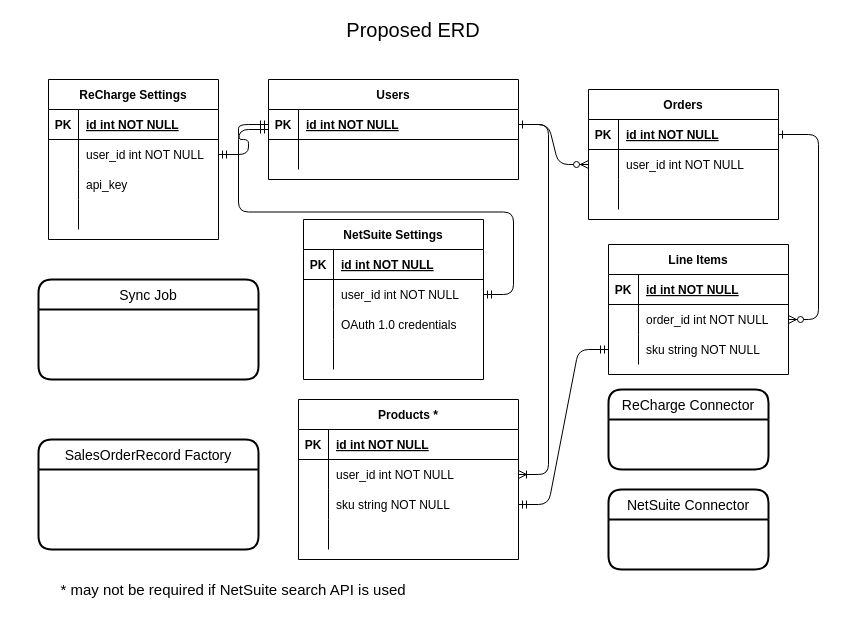
Above: ReChargeERD.drawio in alexrsunrise/diagrams (draw.io), before the change. Source tidied: cells renumbered, new cells numbered last; positions are measured from the earlier drawing's top-left corner, leaving out a move shared by most shapes. Both pictures are drawn from the tidied source at 100%, with x=0, y=0 at pixel (38, 19).
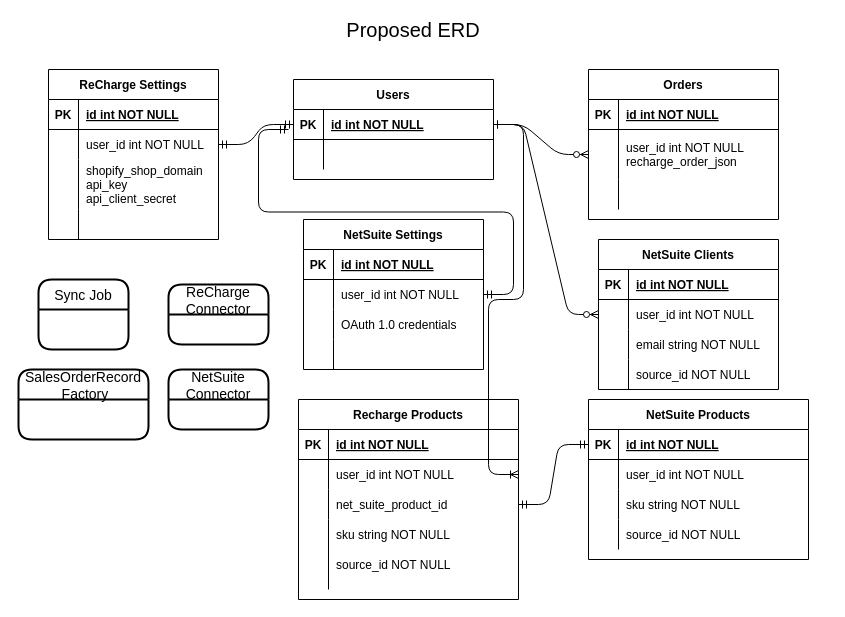
After the change.

The change refers to these unchanged cells:
```xml
<mxCell id="5" style="shape=partialRectangle;fillColor=none;points=[[0,0.5],[1,0.5]];portConstraint=eastwest;top=0;left=0;right=0;bottom=1;" parent="4" vertex="1">
  <mxGeometry y="30" width="190" height="30" as="geometry" />
</mxCell>
<mxCell id="38" style="shape=partialRectangle;fillColor=none;top=0;left=0;bottom=0;right=0;points=[[0,0.5],[1,0.5]];portConstraint=eastwest;" parent="31" vertex="1">
  <mxGeometry y="90" width="220" height="30" as="geometry" />
</mxCell>
<mxCell id="63" style="shape=partialRectangle;fillColor=none;top=0;left=0;bottom=0;right=0;points=[[0,0.5],[1,0.5]];portConstraint=eastwest;" parent="59" vertex="1">
  <mxGeometry y="60" width="180" height="30" as="geometry" />
</mxCell>
```

The edit, as a diff of the source:
```diff
@@
-    <mxCell id="3" style="edgeStyle=entityRelationEdgeStyle;endArrow=ERzeroToMany;startArrow=ERone;endFill=1;startFill=0;" parent="1" edge="1" source="5" target="18">
-      <mxGeometry relative="1" as="geometry" />
-    </mxCell>
     <mxCell id="4" value="Orders" style="shape=table;startSize=30;childLayout=tableLayout;rowLines=0;fontStyle=1;align=center;" parent="1" vertex="1">
-      <mxGeometry x="550" y="70" width="190" height="130" as="geometry" />
+      <mxGeometry x="550" y="50" width="190" height="150" as="geometry" />
     </mxCell>
@@
     <mxCell id="8" style="shape=partialRectangle;fillColor=none;points=[[0,0.5],[1,0.5]];portConstraint=eastwest;top=0;left=0;right=0;bottom=0;" parent="4" vertex="1">
-      <mxGeometry y="60" width="190" height="30" as="geometry" />
+      <mxGeometry y="60" width="190" height="50" as="geometry" />
     </mxCell>
     <mxCell id="9" style="shape=partialRectangle;overflow=hidden;fillColor=none;top=0;left=0;bottom=0;right=0;" parent="8" vertex="1">
-      <mxGeometry width="30" height="30" as="geometry" />
+      <mxGeometry width="30" height="50" as="geometry" />
     </mxCell>
-    <mxCell id="10" value="user_id int NOT NULL" style="shape=partialRectangle;overflow=hidden;fillColor=none;top=0;left=0;bottom=0;right=0;align=left;spacingLeft=6;" parent="8" vertex="1">
-      <mxGeometry x="30" width="160" height="30" as="geometry" />
+    <mxCell id="10" value="user_id int NOT NULL&#10;recharge_order_json" style="shape=partialRectangle;overflow=hidden;fillColor=none;top=0;left=0;bottom=0;right=0;align=left;spacingLeft=6;" parent="8" vertex="1">
+      <mxGeometry x="30" width="160" height="50" as="geometry" />
     </mxCell>
     <mxCell id="11" style="shape=partialRectangle;fillColor=none;top=0;left=0;right=0;bottom=0;" parent="4" vertex="1">
-      <mxGeometry y="90" width="190" height="30" as="geometry" />
+      <mxGeometry y="110" width="190" height="30" as="geometry" />
     </mxCell>
@@
-    <mxCell id="14" value="Line Items" style="shape=table;startSize=30;childLayout=tableLayout;rowLines=0;fontStyle=1;align=center;" parent="1" vertex="1">
-      <mxGeometry x="570" y="225" width="180" height="130" as="geometry" />
-    </mxCell>
-    <mxCell id="15" style="shape=partialRectangle;fillColor=none;top=0;left=0;right=0;bottom=1;" parent="14" vertex="1">
-      <mxGeometry y="30" width="180" height="30" as="geometry" />
-    </mxCell>
-    <mxCell id="16" value="PK" style="shape=partialRectangle;overflow=hidden;fillColor=none;top=0;left=0;bottom=0;right=0;fontStyle=1;" parent="15" vertex="1">
-      <mxGeometry width="30" height="30" as="geometry" />
-    </mxCell>
-    <mxCell id="17" value="id int NOT NULL " style="shape=partialRectangle;overflow=hidden;fillColor=none;top=0;left=0;bottom=0;right=0;align=left;spacingLeft=6;fontStyle=5;" parent="15" vertex="1">
-      <mxGeometry x="30" width="150" height="30" as="geometry" />
-    </mxCell>
-    <mxCell id="18" style="shape=partialRectangle;fillColor=none;points=[[0,0.5],[1,0.5]];portConstraint=eastwest;top=0;left=0;right=0;bottom=0;" parent="14" vertex="1">
-      <mxGeometry y="60" width="180" height="30" as="geometry" />
-    </mxCell>
-    <mxCell id="19" style="shape=partialRectangle;overflow=hidden;fillColor=none;top=0;left=0;bottom=0;right=0;" parent="18" vertex="1">
-      <mxGeometry width="30" height="30" as="geometry" />
-    </mxCell>
-    <mxCell id="20" value="order_id int NOT NULL" style="shape=partialRectangle;overflow=hidden;fillColor=none;top=0;left=0;bottom=0;right=0;align=left;spacingLeft=6;" parent="18" vertex="1">
-      <mxGeometry x="30" width="150" height="30" as="geometry" />
-    </mxCell>
-    <mxCell id="21" style="shape=partialRectangle;fillColor=none;points=[[0,0.5],[1,0.5]];portConstraint=eastwest;top=0;left=0;right=0;bottom=0;" parent="14" vertex="1">
-      <mxGeometry y="90" width="180" height="30" as="geometry" />
-    </mxCell>
-    <mxCell id="22" style="shape=partialRectangle;overflow=hidden;fillColor=none;top=0;left=0;bottom=0;right=0;" parent="21" vertex="1">
-      <mxGeometry width="30" height="30" as="geometry" />
-    </mxCell>
-    <mxCell id="23" value="sku string NOT NULL" style="shape=partialRectangle;overflow=hidden;fillColor=none;top=0;left=0;bottom=0;right=0;align=left;spacingLeft=6;" parent="21" vertex="1">
-      <mxGeometry x="30" width="150" height="30" as="geometry" />
-    </mxCell>
     <mxCell id="24" value="Users" style="shape=table;startSize=30;childLayout=tableLayout;rowLines=0;fontStyle=1;align=center;" parent="1" vertex="1">
-      <mxGeometry x="230" y="60" width="250" height="100" as="geometry" />
+      <mxGeometry x="255" y="60" width="200" height="100" as="geometry" />
     </mxCell>
     <mxCell id="25" style="shape=partialRectangle;fillColor=none;points=[[0,0.5],[1,0.5]];portConstraint=eastwest;top=0;left=0;right=0;bottom=1;" parent="24" vertex="1">
-      <mxGeometry y="30" width="250" height="30" as="geometry" />
+      <mxGeometry y="30" width="200" height="30" as="geometry" />
     </mxCell>
@@
     <mxCell id="27" value="id int NOT NULL " style="shape=partialRectangle;overflow=hidden;fillColor=none;top=0;left=0;bottom=0;right=0;align=left;spacingLeft=6;fontStyle=5;" parent="25" vertex="1">
-      <mxGeometry x="30" width="220" height="30" as="geometry" />
+      <mxGeometry x="30" width="170" height="30" as="geometry" />
     </mxCell>
     <mxCell id="28" style="shape=partialRectangle;fillColor=none;top=0;left=0;right=0;bottom=0;" parent="24" vertex="1">
-      <mxGeometry y="60" width="250" height="30" as="geometry" />
+      <mxGeometry y="60" width="200" height="30" as="geometry" />
     </mxCell>
@@
     <mxCell id="30" style="shape=partialRectangle;overflow=hidden;fillColor=none;top=0;left=0;bottom=0;right=0;align=left;spacingLeft=6;" parent="28" vertex="1">
-      <mxGeometry x="30" width="220" height="30" as="geometry" />
+      <mxGeometry x="30" width="170" height="30" as="geometry" />
     </mxCell>
-    <mxCell id="31" value="Products *" style="shape=table;startSize=30;childLayout=tableLayout;rowLines=0;fontStyle=1;align=center;" parent="1" vertex="1">
-      <mxGeometry x="260" y="380" width="220" height="160" as="geometry" />
+    <mxCell id="31" value="Recharge Products" style="shape=table;startSize=30;childLayout=tableLayout;rowLines=0;fontStyle=1;align=center;" parent="1" vertex="1">
+      <mxGeometry x="260" y="380" width="220" height="200" as="geometry" />
     </mxCell>
@@
-    <mxCell id="40" value="sku string NOT NULL" style="shape=partialRectangle;fillColor=none;top=0;left=0;bottom=0;right=0;align=left;spacingLeft=6;overflow=hidden;" parent="38" vertex="1">
+    <mxCell id="40" value="net_suite_product_id" style="shape=partialRectangle;fillColor=none;top=0;left=0;bottom=0;right=0;align=left;spacingLeft=6;overflow=hidden;" parent="38" vertex="1">
       <mxGeometry x="30" width="190" height="30" as="geometry" />
     </mxCell>
     <mxCell id="41" style="shape=partialRectangle;fillColor=none;top=0;left=0;bottom=0;right=0;" parent="31" vertex="1">
-      <mxGeometry y="120" width="220" height="30" as="geometry" />
+      <mxGeometry y="120" width="220" height="70" as="geometry" />
     </mxCell>
     <mxCell id="42" style="shape=partialRectangle;fillColor=none;top=0;left=0;bottom=0;right=0;overflow=hidden;" parent="41" vertex="1">
-      <mxGeometry width="30" height="30" as="geometry" />
+      <mxGeometry width="30" height="70" as="geometry" />
     </mxCell>
     <mxCell id="43" style="shape=partialRectangle;fillColor=none;top=0;left=0;bottom=0;right=0;align=left;spacingLeft=6;overflow=hidden;" parent="41" vertex="1">
-      <mxGeometry x="30" width="190" height="30" as="geometry" />
+      <mxGeometry x="30" width="190" height="70" as="geometry" />
     </mxCell>
-    <mxCell id="44" style="edgeStyle=entityRelationEdgeStyle;fontSize=12;html=1;endArrow=ERmandOne;startArrow=ERmandOne;exitX=1;exitY=0.5;exitDx=0;exitDy=0;entryX=0;entryY=0.5;entryDx=0;entryDy=0;" parent="1" edge="1" source="38" target="21">
+    <mxCell id="44" style="edgeStyle=entityRelationEdgeStyle;fontSize=12;html=1;endArrow=ERmandOne;startArrow=ERmandOne;exitX=1;exitY=0.5;exitDx=0;exitDy=0;entryX=0;entryY=0.5;entryDx=0;entryDy=0;" parent="1" edge="1" source="38" target="81">
       <mxGeometry relative="1" as="geometry" />
     </mxCell>
@@
     <mxCell id="46" value="ReCharge Settings" style="shape=table;startSize=30;childLayout=tableLayout;rowLines=0;fontStyle=1;align=center;" parent="1" vertex="1">
-      <mxGeometry x="10" y="60" width="170" height="160" as="geometry" />
+      <mxGeometry x="10" y="50" width="170" height="170" as="geometry" />
     </mxCell>
@@
     <mxCell id="53" style="shape=partialRectangle;fillColor=none;top=0;left=0;bottom=0;right=0;" parent="46" vertex="1">
-      <mxGeometry y="90" width="170" height="30" as="geometry" />
+      <mxGeometry y="90" width="170" height="50" as="geometry" />
     </mxCell>
     <mxCell id="54" style="shape=partialRectangle;fillColor=none;top=0;left=0;bottom=0;right=0;overflow=hidden;" parent="53" vertex="1">
-      <mxGeometry width="30" height="30" as="geometry" />
+      <mxGeometry width="30" height="50" as="geometry" />
     </mxCell>
-    <mxCell id="55" value="api_key" style="shape=partialRectangle;fillColor=none;top=0;left=0;bottom=0;right=0;align=left;spacingLeft=6;overflow=hidden;" parent="53" vertex="1">
-      <mxGeometry x="30" width="140" height="30" as="geometry" />
+    <mxCell id="55" value="shopify_shop_domain&#10;api_key&#10;api_client_secret" style="shape=partialRectangle;fillColor=none;top=0;left=0;bottom=0;right=0;align=left;spacingLeft=6;overflow=hidden;" parent="53" vertex="1">
+      <mxGeometry x="30" width="140" height="50" as="geometry" />
     </mxCell>
     <mxCell id="56" style="shape=partialRectangle;fillColor=none;top=0;left=0;bottom=0;right=0;" parent="46" vertex="1">
-      <mxGeometry y="120" width="170" height="30" as="geometry" />
+      <mxGeometry y="140" width="170" height="30" as="geometry" />
     </mxCell>
@@
     <mxCell id="59" value="NetSuite Settings" style="shape=table;startSize=30;childLayout=tableLayout;rowLines=0;fontStyle=1;align=center;" parent="1" vertex="1">
-      <mxGeometry x="265" y="200" width="180" height="160" as="geometry" />
+      <mxGeometry x="265" y="200" width="180" height="150" as="geometry" />
     </mxCell>
@@
     <mxCell id="73" style="edgeStyle=entityRelationEdgeStyle;fontSize=12;html=1;endArrow=ERmandOne;startArrow=ERmandOne;exitX=1;exitY=0.5;exitDx=0;exitDy=0;" parent="1" edge="1" source="63">
       <mxGeometry relative="1" as="geometry">
-        <mxPoint x="230" y="110" as="targetPoint" />
+        <mxPoint x="250" y="110" as="targetPoint" />
       </mxGeometry>
     </mxCell>
     <mxCell id="74" value="Sync Job" style="swimlane;horizontal=1;startSize=30;rounded=1;fontSize=14;fontStyle=0;strokeWidth=2;shadow=0;dashed=0;align=center;" parent="1" vertex="1">
-      <mxGeometry y="260" width="220" height="100" as="geometry" />
+      <mxGeometry y="260" width="90" height="70" as="geometry" />
     </mxCell>
-    <mxCell id="75" value="SalesOrderRecord Factory" style="swimlane;horizontal=1;startSize=30;rounded=1;fontSize=14;fontStyle=0;strokeWidth=2;shadow=0;dashed=0;align=center;" parent="1" vertex="1">
-      <mxGeometry y="420" width="220" height="110" as="geometry" />
+    <mxCell id="75" value="SalesOrderRecord&#10; Factory" style="swimlane;horizontal=1;startSize=30;rounded=1;fontSize=14;fontStyle=0;strokeWidth=2;shadow=0;dashed=0;align=center;" parent="1" vertex="1">
+      <mxGeometry x="-20" y="350" width="130" height="70" as="geometry" />
     </mxCell>
-    <mxCell id="76" value="ReCharge Connector" style="swimlane;horizontal=1;startSize=30;rounded=1;fontSize=14;fontStyle=0;strokeWidth=2;shadow=0;dashed=0;align=center;" parent="1" vertex="1">
-      <mxGeometry x="570" y="370" width="160" height="80" as="geometry" />
+    <mxCell id="76" value="ReCharge &#10;Connector" style="swimlane;horizontal=1;startSize=30;rounded=1;fontSize=14;fontStyle=0;strokeWidth=2;shadow=0;dashed=0;align=center;" parent="1" vertex="1">
+      <mxGeometry x="130" y="265" width="100" height="60" as="geometry" />
     </mxCell>
-    <mxCell id="77" value="NetSuite Connector" style="swimlane;horizontal=1;startSize=30;rounded=1;fontSize=14;fontStyle=0;strokeWidth=2;shadow=0;dashed=0;align=center;" parent="1" vertex="1">
-      <mxGeometry x="570" y="470" width="160" height="80" as="geometry" />
+    <mxCell id="77" value="NetSuite &#10;Connector" style="swimlane;horizontal=1;startSize=30;rounded=1;fontSize=14;fontStyle=0;strokeWidth=2;shadow=0;dashed=0;align=center;" parent="1" vertex="1">
+      <mxGeometry x="130" y="350" width="100" height="60" as="geometry" />
     </mxCell>
-    <mxCell id="78" value="* may not be required if NetSuite search API is used" style="text;html=1;strokeColor=none;fillColor=none;align=center;verticalAlign=middle;whiteSpace=wrap;rounded=0;fontSize=15;" parent="1" vertex="1">
-      <mxGeometry x="10" y="560" width="370" height="20" as="geometry" />
-    </mxCell>
@@
+    <mxCell id="80" value="NetSuite Products" style="shape=table;startSize=30;childLayout=tableLayout;rowLines=0;fontStyle=1;align=center;" parent="1" vertex="1">
+      <mxGeometry x="550" y="380" width="220" height="160" as="geometry" />
+    </mxCell>
+    <mxCell id="81" style="shape=partialRectangle;fillColor=none;top=0;left=0;bottom=1;right=0;points=[[0,0.5],[1,0.5]];portConstraint=eastwest;" parent="80" vertex="1">
+      <mxGeometry y="30" width="220" height="30" as="geometry" />
+    </mxCell>
+    <mxCell id="82" value="PK" style="shape=partialRectangle;fillColor=none;top=0;left=0;bottom=0;right=0;fontStyle=1;overflow=hidden;" parent="81" vertex="1">
+      <mxGeometry width="30" height="30" as="geometry" />
+    </mxCell>
+    <mxCell id="83" value="id int NOT NULL" style="shape=partialRectangle;fillColor=none;top=0;left=0;bottom=0;right=0;align=left;spacingLeft=6;fontStyle=5;overflow=hidden;" parent="81" vertex="1">
+      <mxGeometry x="30" width="190" height="30" as="geometry" />
+    </mxCell>
+    <mxCell id="84" style="shape=partialRectangle;fillColor=none;top=0;left=0;bottom=0;right=0;" parent="80" vertex="1">
+      <mxGeometry y="60" width="220" height="30" as="geometry" />
+    </mxCell>
+    <mxCell id="85" style="shape=partialRectangle;fillColor=none;top=0;left=0;bottom=0;right=0;overflow=hidden;" parent="84" vertex="1">
+      <mxGeometry width="30" height="30" as="geometry" />
+    </mxCell>
+    <mxCell id="86" value="user_id int NOT NULL" style="shape=partialRectangle;fillColor=none;top=0;left=0;bottom=0;right=0;align=left;spacingLeft=6;overflow=hidden;" parent="84" vertex="1">
+      <mxGeometry x="30" width="190" height="30" as="geometry" />
+    </mxCell>
+    <mxCell id="87" style="shape=partialRectangle;fillColor=none;top=0;left=0;bottom=0;right=0;" parent="80" vertex="1">
+      <mxGeometry y="90" width="220" height="30" as="geometry" />
+    </mxCell>
+    <mxCell id="88" style="shape=partialRectangle;fillColor=none;top=0;left=0;bottom=0;right=0;overflow=hidden;" parent="87" vertex="1">
+      <mxGeometry width="30" height="30" as="geometry" />
+    </mxCell>
+    <mxCell id="89" value="sku string NOT NULL" style="shape=partialRectangle;fillColor=none;top=0;left=0;bottom=0;right=0;align=left;spacingLeft=6;overflow=hidden;" parent="87" vertex="1">
+      <mxGeometry x="30" width="190" height="30" as="geometry" />
+    </mxCell>
+    <mxCell id="90" style="shape=partialRectangle;fillColor=none;top=0;left=0;bottom=0;right=0;" parent="80" vertex="1">
+      <mxGeometry y="120" width="220" height="30" as="geometry" />
+    </mxCell>
+    <mxCell id="91" style="shape=partialRectangle;fillColor=none;top=0;left=0;bottom=0;right=0;overflow=hidden;" parent="90" vertex="1">
+      <mxGeometry width="30" height="30" as="geometry" />
+    </mxCell>
+    <mxCell id="92" style="shape=partialRectangle;fillColor=none;top=0;left=0;bottom=0;right=0;align=left;spacingLeft=6;overflow=hidden;" parent="90" vertex="1">
+      <mxGeometry x="30" width="190" height="30" as="geometry" />
+    </mxCell>
+    <mxCell id="93" value="sku string NOT NULL" style="shape=partialRectangle;fillColor=none;top=0;left=0;bottom=0;right=0;align=left;spacingLeft=6;overflow=hidden;" parent="1" vertex="1">
+      <mxGeometry x="290" y="500" width="190" height="30" as="geometry" />
+    </mxCell>
+    <mxCell id="94" value="NetSuite Clients" style="shape=table;startSize=30;childLayout=tableLayout;rowLines=0;fontStyle=1;align=center;" parent="1" vertex="1">
+      <mxGeometry x="560" y="220" width="180" height="150" as="geometry" />
+    </mxCell>
+    <mxCell id="95" style="shape=partialRectangle;fillColor=none;top=0;left=0;bottom=1;right=0;" parent="94" vertex="1">
+      <mxGeometry y="30" width="180" height="30" as="geometry" />
+    </mxCell>
+    <mxCell id="96" value="PK" style="shape=partialRectangle;fillColor=none;top=0;left=0;bottom=0;right=0;fontStyle=1;overflow=hidden;" parent="95" vertex="1">
+      <mxGeometry width="30" height="30" as="geometry" />
+    </mxCell>
+    <mxCell id="97" value="id int NOT NULL" style="shape=partialRectangle;fillColor=none;top=0;left=0;bottom=0;right=0;align=left;spacingLeft=6;fontStyle=5;overflow=hidden;" parent="95" vertex="1">
+      <mxGeometry x="30" width="150" height="30" as="geometry" />
+    </mxCell>
+    <mxCell id="98" style="shape=partialRectangle;fillColor=none;top=0;left=0;bottom=0;right=0;points=[[0,0.5],[1,0.5]];portConstraint=eastwest;" parent="94" vertex="1">
+      <mxGeometry y="60" width="180" height="30" as="geometry" />
+    </mxCell>
+    <mxCell id="99" style="shape=partialRectangle;fillColor=none;top=0;left=0;bottom=0;right=0;overflow=hidden;" parent="98" vertex="1">
+      <mxGeometry width="30" height="30" as="geometry" />
+    </mxCell>
+    <mxCell id="100" value="user_id int NOT NULL" style="shape=partialRectangle;fillColor=none;top=0;left=0;bottom=0;right=0;align=left;spacingLeft=6;overflow=hidden;" parent="98" vertex="1">
+      <mxGeometry x="30" width="150" height="30" as="geometry" />
+    </mxCell>
+    <mxCell id="101" style="shape=partialRectangle;fillColor=none;top=0;left=0;bottom=0;right=0;" parent="94" vertex="1">
+      <mxGeometry y="90" width="180" height="30" as="geometry" />
+    </mxCell>
+    <mxCell id="102" style="shape=partialRectangle;fillColor=none;top=0;left=0;bottom=0;right=0;overflow=hidden;" parent="101" vertex="1">
+      <mxGeometry width="30" height="30" as="geometry" />
+    </mxCell>
+    <mxCell id="103" value="email string NOT NULL" style="shape=partialRectangle;fillColor=none;top=0;left=0;bottom=0;right=0;align=left;spacingLeft=6;overflow=hidden;" parent="101" vertex="1">
+      <mxGeometry x="30" width="150" height="30" as="geometry" />
+    </mxCell>
+    <mxCell id="104" style="shape=partialRectangle;fillColor=none;top=0;left=0;bottom=0;right=0;" parent="94" vertex="1">
+      <mxGeometry y="120" width="180" height="30" as="geometry" />
+    </mxCell>
+    <mxCell id="105" style="shape=partialRectangle;fillColor=none;top=0;left=0;bottom=0;right=0;overflow=hidden;" parent="104" vertex="1">
+      <mxGeometry width="30" height="30" as="geometry" />
+    </mxCell>
+    <mxCell id="106" style="shape=partialRectangle;fillColor=none;top=0;left=0;bottom=0;right=0;align=left;spacingLeft=6;overflow=hidden;" parent="104" vertex="1">
+      <mxGeometry x="30" width="150" height="30" as="geometry" />
+    </mxCell>
+    <mxCell id="107" style="edgeStyle=entityRelationEdgeStyle;endArrow=ERzeroToMany;startArrow=ERone;endFill=1;startFill=0;entryX=0;entryY=0.5;entryDx=0;entryDy=0;" parent="1" edge="1" source="25" target="98">
+      <mxGeometry relative="1" as="geometry" />
+    </mxCell>
+    <mxCell id="108" value="source_id NOT NULL" style="shape=partialRectangle;fillColor=none;top=0;left=0;bottom=0;right=0;align=left;spacingLeft=6;overflow=hidden;" parent="1" vertex="1">
+      <mxGeometry x="580" y="500" width="190" height="30" as="geometry" />
+    </mxCell>
+    <mxCell id="109" value="source_id NOT NULL" style="shape=partialRectangle;fillColor=none;top=0;left=0;bottom=0;right=0;align=left;spacingLeft=6;overflow=hidden;" parent="1" vertex="1">
+      <mxGeometry x="290" y="530" width="190" height="30" as="geometry" />
+    </mxCell>
+    <mxCell id="110" value="source_id NOT NULL" style="shape=partialRectangle;fillColor=none;top=0;left=0;bottom=0;right=0;align=left;spacingLeft=6;overflow=hidden;" parent="1" vertex="1">
+      <mxGeometry x="590" y="340" width="150" height="30" as="geometry" />
+    </mxCell>
```
